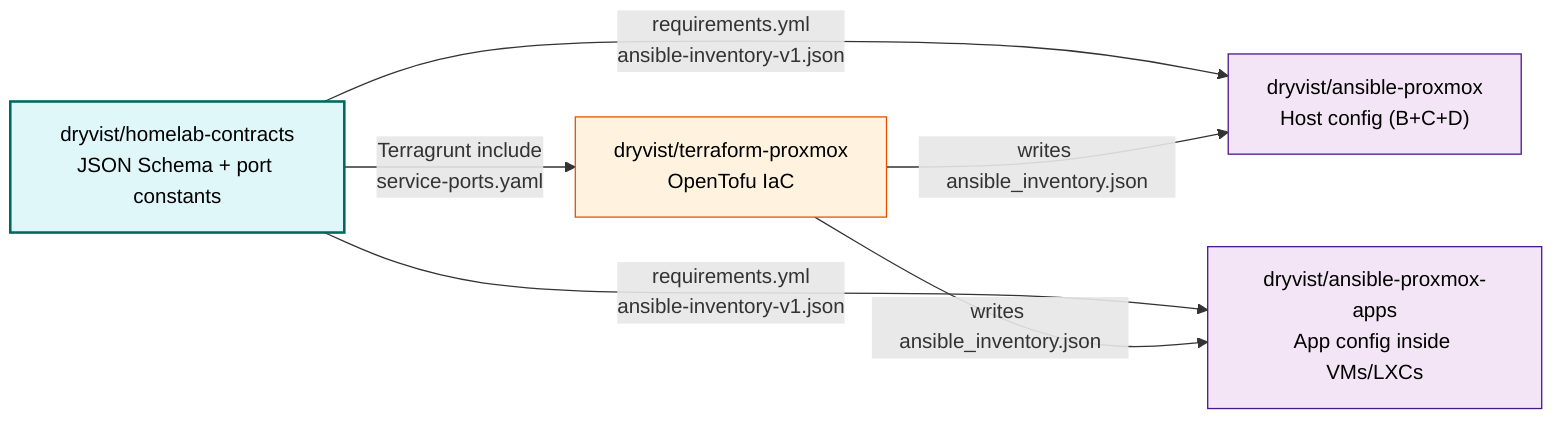
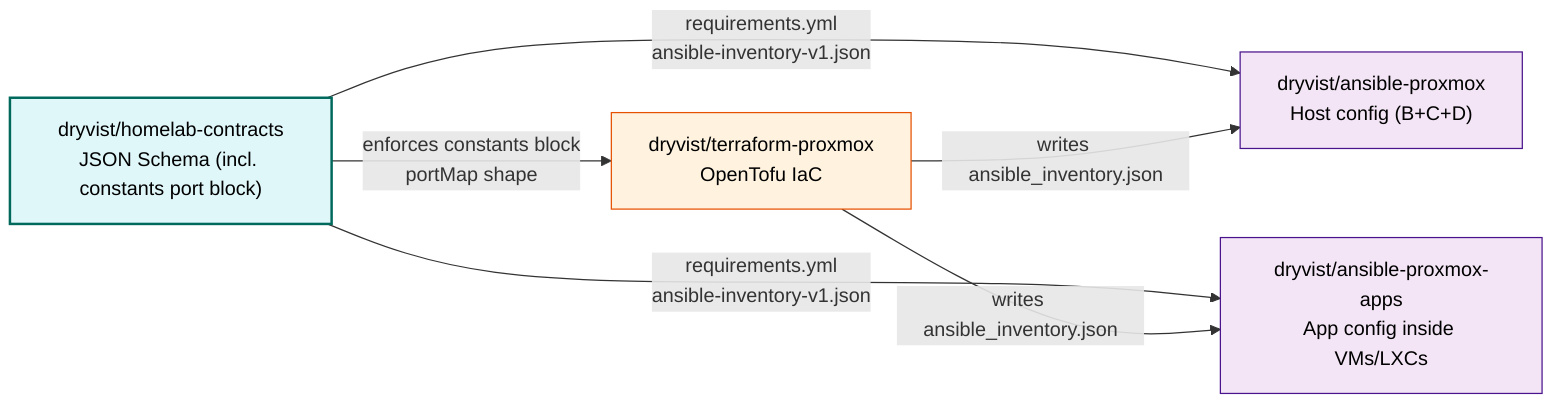
flowchart LR
  classDef schemaRepo fill:#e0f7fa,stroke:#00695c,stroke-width:2px,color:#000
  classDef tofuRepo fill:#fff3e0,stroke:#e65100,color:#000
  classDef ansibleRepo fill:#f3e5f5,stroke:#4a148c,color:#000

-   schemas["dryvist/homelab-contracts<br/>JSON Schema + port constants"]:::schemaRepo
+   schemas["dryvist/homelab-contracts<br/>JSON Schema (incl. constants port block)"]:::schemaRepo

  tofu["dryvist/terraform-proxmox<br/>OpenTofu IaC"]:::tofuRepo
  ansibleCluster["dryvist/ansible-proxmox<br/>Host config (B+C+D)"]:::ansibleRepo
  ansibleApps["dryvist/ansible-proxmox-apps<br/>App config inside VMs/LXCs"]:::ansibleRepo

-   schemas -->|Terragrunt include<br/>service-ports.yaml| tofu
+   schemas -->|enforces constants block<br/>portMap shape| tofu
  schemas -->|requirements.yml<br/>ansible-inventory-v1.json| ansibleCluster
  schemas -->|requirements.yml<br/>ansible-inventory-v1.json| ansibleApps

  tofu -->|writes ansible_inventory.json| ansibleCluster
  tofu -->|writes ansible_inventory.json| ansibleApps
